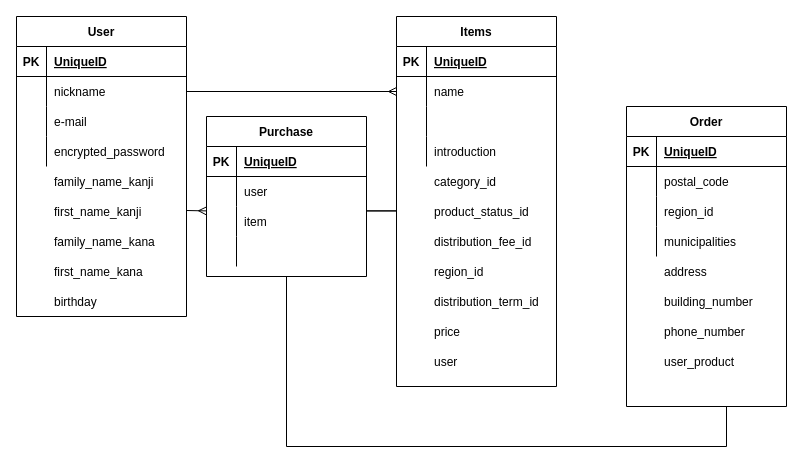
This is furima.dio from kammy0603/furima-30941, a draw.io file, before an edit. Source tidied: cells renumbered, new cells numbered last; positions are measured from the earlier drawing's top-left corner, leaving out a move shared by most shapes. Both pictures are drawn from the tidied source at 100%, with x=0, y=0 at pixel (16, 16).
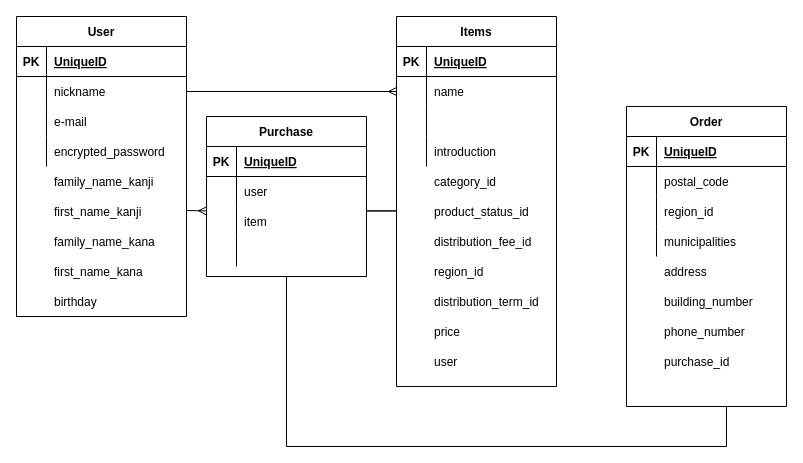
The same page after the edit.

Diff of the diagram source:
```diff
@@
-    <mxCell id="95" value="user_product" style="shape=partialRectangle;fillColor=none;top=0;left=0;bottom=0;right=0;align=left;spacingLeft=6;overflow=hidden;" parent="1" vertex="1">
+    <mxCell id="95" value="purchase_id" style="shape=partialRectangle;fillColor=none;top=0;left=0;bottom=0;right=0;align=left;spacingLeft=6;overflow=hidden;" parent="1" vertex="1">
       <mxGeometry x="640" y="320" width="130" height="50" as="geometry" />
     </mxCell>
```
